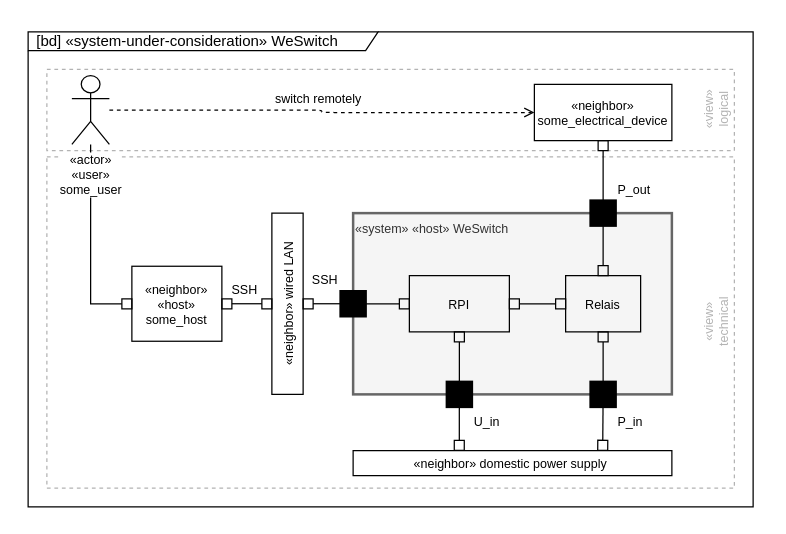
Before: docs/blog/2024-09-WeSwitch/_figures/bd_system_and_neighbors.drawio in basejumpa/basejumpa.github.io, a draw.io diagram. Source tidied: cells renumbered, new cells numbered last; positions are measured from the earlier drawing's top-left corner, leaving out a move shared by most shapes. Both pictures are drawn from the tidied source at 125%, with x=0, y=0 at pixel (21, 21).
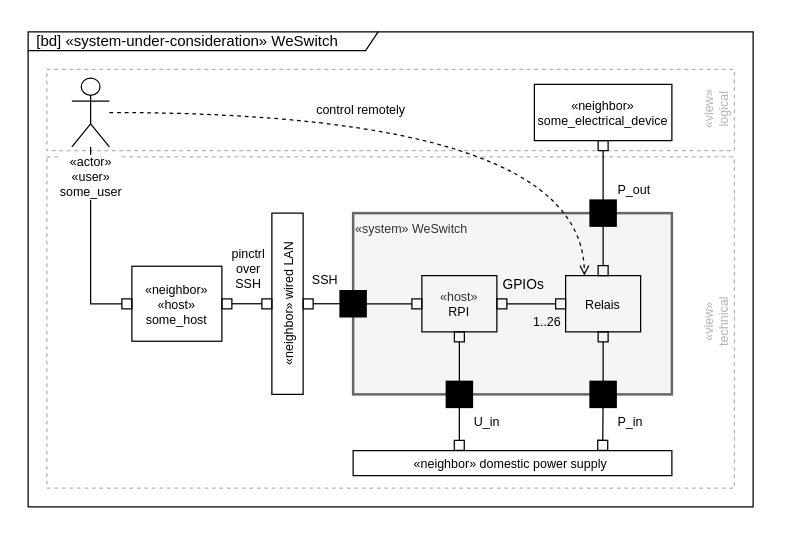
The same diagram, later.

Commit message (it also covers changes not shown here):
Tidy up blog page of WeSwitch

The change refers to these unchanged cells:
```xml
<mxCell id="18" value="Relais" style="rounded=0;whiteSpace=wrap;html=1;fillColor=none;fontSize=10;" parent="14" vertex="1">
  <mxGeometry x="435" y="203" width="60" height="45" as="geometry" />
</mxCell>
<mxCell id="23" value="«neighbor»&lt;br style=&quot;font-size: 10px;&quot;&gt;some_electrical_device" style="rounded=0;whiteSpace=wrap;html=1;fillColor=none;verticalAlign=middle;fontSize=10;" parent="22" vertex="1">
  <mxGeometry x="410" y="50" width="110" height="45" as="geometry" />
</mxCell>
<mxCell id="26" style="edgeStyle=none;html=1;entryX=0;entryY=0.5;entryDx=0;entryDy=0;startArrow=box;startFill=0;endArrow=box;endFill=0;exitX=1;exitY=0.5;exitDx=0;exitDy=0;fontSize=10;" parent="22" edge="1" source="25" target="34">
  <mxGeometry relative="1" as="geometry" />
</mxCell>
```

Diff of the diagram source:
```diff
@@
-    <mxCell id="9" value="«system» «host» WeSwitch&lt;br&gt;" style="rounded=0;whiteSpace=wrap;html=1;fillColor=#f5f5f5;strokeWidth=2;align=left;verticalAlign=top;fontColor=#333333;strokeColor=#666666;fontSize=10;" parent="8" vertex="1">
+    <mxCell id="9" value="«system» WeSwitch" style="rounded=0;whiteSpace=wrap;html=1;fillColor=#f5f5f5;strokeWidth=2;align=left;verticalAlign=top;fontColor=#333333;strokeColor=#666666;fontSize=10;" parent="8" vertex="1">
       <mxGeometry x="265" y="153" width="255" height="145" as="geometry" />
     </mxCell>
@@
-    <mxCell id="15" style="edgeStyle=orthogonalEdgeStyle;rounded=0;html=1;exitX=1;exitY=0.5;exitDx=0;exitDy=0;entryX=0;entryY=0.5;entryDx=0;entryDy=0;startArrow=box;startFill=0;endArrow=box;endFill=0;elbow=vertical;fontSize=10;" parent="14" edge="1" source="16" target="18">
-      <mxGeometry relative="1" as="geometry" />
+    <mxCell id="15" value="1..26" style="edgeStyle=orthogonalEdgeStyle;rounded=0;html=1;exitX=1;exitY=0.5;exitDx=0;exitDy=0;entryX=0;entryY=0.5;entryDx=0;entryDy=0;startArrow=box;startFill=0;endArrow=box;endFill=0;elbow=vertical;fontSize=10;labelBackgroundColor=none;" parent="14" edge="1">
+      <mxGeometry x="0.45" y="-14" relative="1" as="geometry">
+        <mxPoint x="380" y="225.5" as="sourcePoint" />
+        <mxPoint x="435" y="225.5" as="targetPoint" />
+        <Array as="points">
+          <mxPoint x="420" y="225" />
+          <mxPoint x="420" y="225" />
+        </Array>
+      </mxGeometry>
     </mxCell>
+    <mxCell id="37" value="GPIOs" style="edgeLabel;html=1;align=center;verticalAlign=middle;labelBackgroundColor=none;" parent="15" vertex="1">
+      <mxGeometry x="-0.2" y="1" relative="1" as="geometry">
+        <mxPoint x="-2" y="-15" as="offset" />
+      </mxGeometry>
+    </mxCell>
-    <mxCell id="16" value="RPI" style="rounded=0;whiteSpace=wrap;html=1;fillColor=none;fontSize=10;" parent="14" vertex="1">
-      <mxGeometry x="310" y="203" width="80" height="45" as="geometry" />
+    <mxCell id="16" value="&lt;span style=&quot;color: rgb(51, 51, 51); text-align: left;&quot;&gt;&amp;nbsp;«host»&amp;nbsp;&lt;/span&gt;&lt;br&gt;RPI" style="rounded=0;whiteSpace=wrap;html=1;fillColor=none;fontSize=10;" parent="14" vertex="1">
+      <mxGeometry x="320" y="203" width="60" height="45" as="geometry" />
     </mxCell>
@@
-    <mxCell id="27" value="SSH" style="edgeLabel;html=1;align=center;verticalAlign=middle;fontSize=10;" parent="26" vertex="1">
+    <mxCell id="27" value="pinctrl&lt;br&gt;over&lt;br&gt;SSH" style="edgeLabel;html=1;align=center;verticalAlign=middle;fontSize=10;" parent="26" vertex="1">
       <mxGeometry x="-0.14" relative="1" as="geometry">
-        <mxPoint y="-12" as="offset" />
+        <mxPoint x="3" y="-29" as="offset" />
       </mxGeometry>
     </mxCell>
@@
-    <mxCell id="29" style="edgeStyle=orthogonalEdgeStyle;html=1;entryX=0;entryY=0.5;entryDx=0;entryDy=0;fontSize=10;startArrow=none;startFill=0;endArrow=open;endFill=0;dashed=1;" parent="22" edge="1" source="31" target="23">
+    <mxCell id="29" style="edgeStyle=orthogonalEdgeStyle;html=1;entryX=0.25;entryY=0;entryDx=0;entryDy=0;fontSize=10;startArrow=none;startFill=0;endArrow=open;endFill=0;dashed=1;elbow=vertical;curved=1;" parent="22" edge="1" source="31" target="18">
       <mxGeometry relative="1" as="geometry" />
     </mxCell>
-    <mxCell id="30" value="switch remotely" style="edgeLabel;html=1;align=center;verticalAlign=middle;fontSize=10;" parent="29" vertex="1">
+    <mxCell id="30" value="control remotely" style="edgeLabel;html=1;align=center;verticalAlign=middle;fontSize=10;" parent="29" vertex="1">
       <mxGeometry x="-0.17" y="2" relative="1" as="geometry">
-        <mxPoint x="24" y="-8" as="offset" />
+        <mxPoint x="-12" y="-1" as="offset" />
       </mxGeometry>
     </mxCell>
     <mxCell id="31" value="«actor»&lt;br&gt;«user»&lt;br&gt;some_user" style="shape=umlActor;verticalLabelPosition=bottom;verticalAlign=top;html=1;outlineConnect=0;fillColor=none;fontSize=10;labelBackgroundColor=default;" parent="22" vertex="1">
-      <mxGeometry x="40" y="43" width="30" height="55" as="geometry" />
+      <mxGeometry x="40" y="45" width="30" height="55" as="geometry" />
     </mxCell>
```
